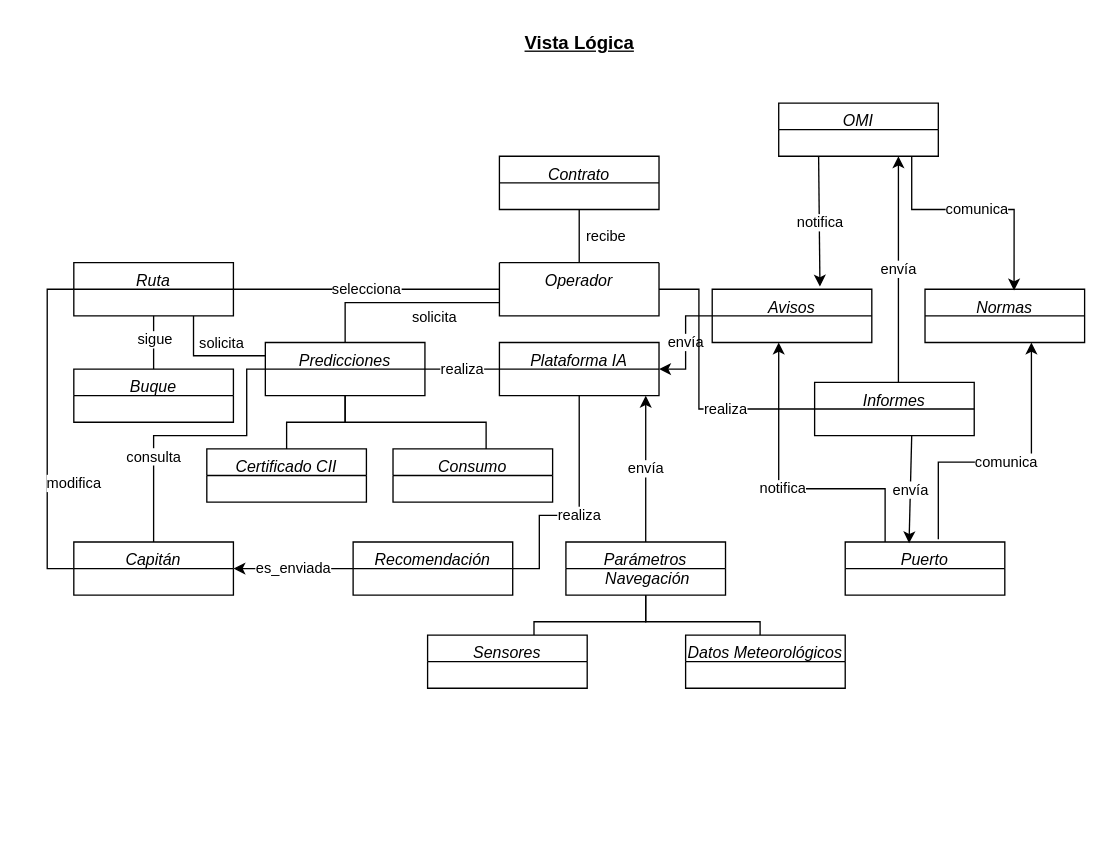
Before: Vista_Logica V3 .drawio in jdiazfer/ADS_Practica1, a draw.io diagram. Source tidied: cells renumbered, new cells numbered last; positions are measured from the earlier drawing's top-left corner, leaving out a move shared by most shapes. Both pictures are drawn from the tidied source at 133%, with x=0, y=0 at pixel (47, 23).
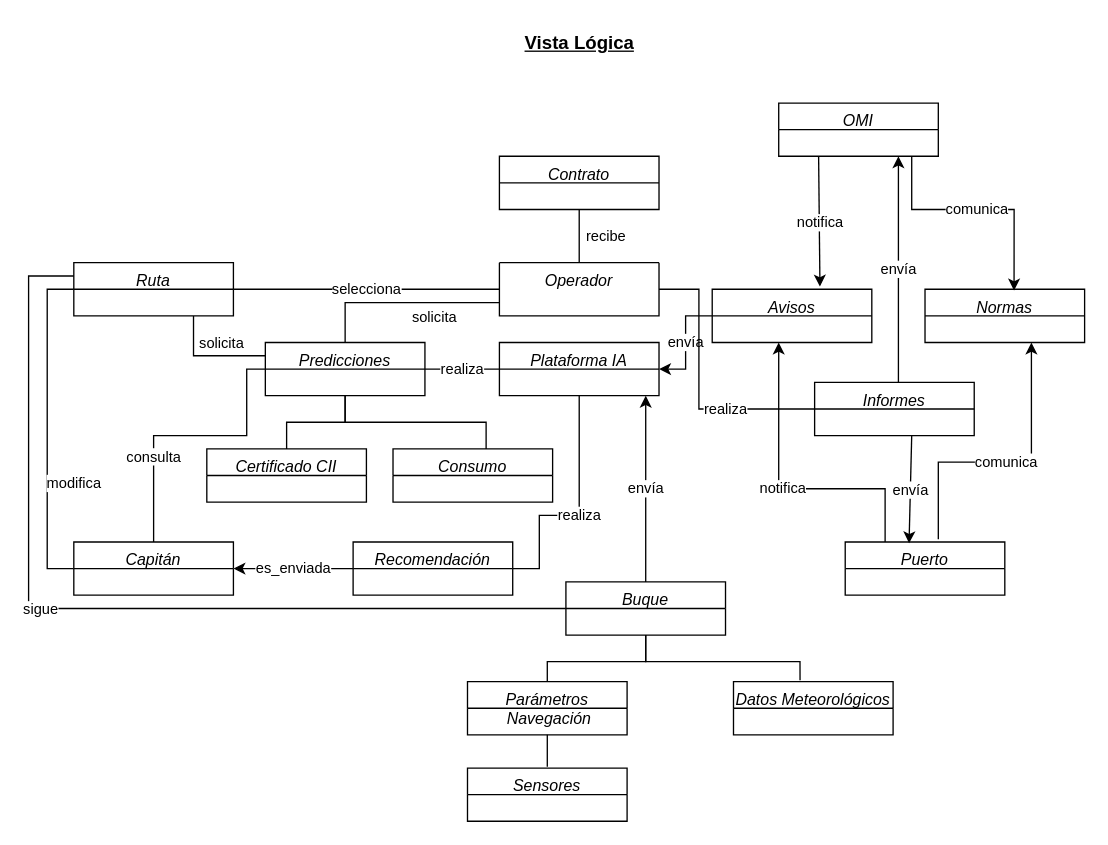
Above is the later version.

Commit message:
Update Vista_Logica V5 .drawio

Unchanged cells that the change refers to:
```xml
<mxCell id="9" value="Ruta" style="swimlane;fontStyle=2;align=center;verticalAlign=top;horizontal=1;startSize=20;rounded=0;shadow=0;strokeWidth=1;" parent="1" vertex="1">
  <mxGeometry x="20" y="180" width="120" height="40" as="geometry" />
</mxCell>
```

Diff of the diagram source:
```diff
@@
     <mxCell id="6" value="Buque" style="swimlane;fontStyle=2;align=center;verticalAlign=top;horizontal=1;startSize=20;rounded=0;shadow=0;strokeWidth=1;" parent="1" vertex="1">
-      <mxGeometry x="20" y="260" width="120" height="40" as="geometry" />
+      <mxGeometry x="390" y="420" width="120" height="40" as="geometry" />
     </mxCell>
     <mxCell id="7" value="Parámetros&#10; Navegación" style="swimlane;fontStyle=2;align=center;verticalAlign=top;horizontal=1;startSize=20;rounded=0;shadow=0;strokeWidth=1;" parent="1" vertex="1">
-      <mxGeometry x="390" y="390" width="120" height="40" as="geometry" />
+      <mxGeometry x="316" y="495" width="120" height="40" as="geometry" />
     </mxCell>
@@
-    <mxCell id="19" style="endArrow=none;html=1;rounded=0;entryX=0.5;entryY=1;entryDx=0;entryDy=0;" parent="1" edge="1" source="6" target="9">
-      <mxGeometry relative="1" as="geometry" />
+    <mxCell id="19" style="endArrow=none;html=1;rounded=0;entryX=0;entryY=0.25;entryDx=0;entryDy=0;" parent="1" edge="1" source="6" target="9">
+      <mxGeometry relative="1" as="geometry">
+        <Array as="points">
+          <mxPoint x="-14" y="440" />
+          <mxPoint x="-14" y="190" />
+        </Array>
+      </mxGeometry>
     </mxCell>
@@
-    <mxCell id="33" value="envía" style="endArrow=classic;html=1;rounded=0;exitX=0.5;exitY=0;exitDx=0;exitDy=0;" parent="1" edge="1" source="7">
+    <mxCell id="33" value="envía" style="endArrow=classic;html=1;rounded=0;exitX=0.5;exitY=0;exitDx=0;exitDy=0;" parent="1" edge="1" source="6">
       <mxGeometry relative="1" as="geometry">
         <mxPoint x="450" y="280" as="targetPoint" />
       </mxGeometry>
     </mxCell>
@@
     <mxCell id="43" value="Sensores" style="swimlane;fontStyle=2;align=center;verticalAlign=top;horizontal=1;startSize=20;rounded=0;shadow=0;strokeWidth=1;" parent="1" vertex="1">
-      <mxGeometry x="286" y="460" width="120" height="40" as="geometry" />
+      <mxGeometry x="316" y="560" width="120" height="40" as="geometry" />
     </mxCell>
     <mxCell id="44" value="Datos Meteorológicos" style="swimlane;fontStyle=2;align=center;verticalAlign=top;horizontal=1;startSize=20;rounded=0;shadow=0;strokeWidth=1;" parent="1" vertex="1">
-      <mxGeometry x="480" y="460" width="120" height="40" as="geometry" />
+      <mxGeometry x="516" y="495" width="120" height="40" as="geometry" />
     </mxCell>
     <mxCell id="45" style="endArrow=none;html=1;rounded=0;entryX=0.5;entryY=1;entryDx=0;entryDy=0;" parent="1" edge="1" target="7">
       <mxGeometry relative="1" as="geometry">
-        <mxPoint x="366" y="460" as="sourcePoint" />
-        <Array as="points">
-          <mxPoint x="366" y="450" />
-          <mxPoint x="450" y="450" />
-        </Array>
+        <mxPoint x="376" y="559" as="sourcePoint" />
       </mxGeometry>
     </mxCell>
-    <mxCell id="46" style="endArrow=none;html=1;rounded=0;entryX=0.5;entryY=1;entryDx=0;entryDy=0;" parent="1" edge="1" target="7">
-      <mxGeometry relative="1" as="geometry">
-        <mxPoint x="536" y="460" as="sourcePoint" />
-        <Array as="points">
-          <mxPoint x="536" y="450" />
-          <mxPoint x="450" y="450" />
-        </Array>
-      </mxGeometry>
-    </mxCell>
+    <mxCell id="47" style="endArrow=none;html=1;rounded=0;entryX=0.5;entryY=1;entryDx=0;entryDy=0;exitX=0.417;exitY=-0.025;exitDx=0;exitDy=0;exitPerimeter=0;" parent="1" edge="1" source="44">
+      <mxGeometry relative="1" as="geometry">
+        <mxPoint x="450" y="460" as="targetPoint" />
+        <Array as="points">
+          <mxPoint x="566" y="480" />
+          <mxPoint x="450" y="480" />
+        </Array>
+      </mxGeometry>
+    </mxCell>
+    <mxCell id="48" style="endArrow=none;html=1;rounded=0;entryX=0.5;entryY=1;entryDx=0;entryDy=0;exitX=0.5;exitY=0;exitDx=0;exitDy=0;" parent="1" edge="1" source="7" target="6">
+      <mxGeometry relative="1" as="geometry">
+        <Array as="points">
+          <mxPoint x="376" y="480" />
+          <mxPoint x="450" y="480" />
+        </Array>
+      </mxGeometry>
+    </mxCell>
```
